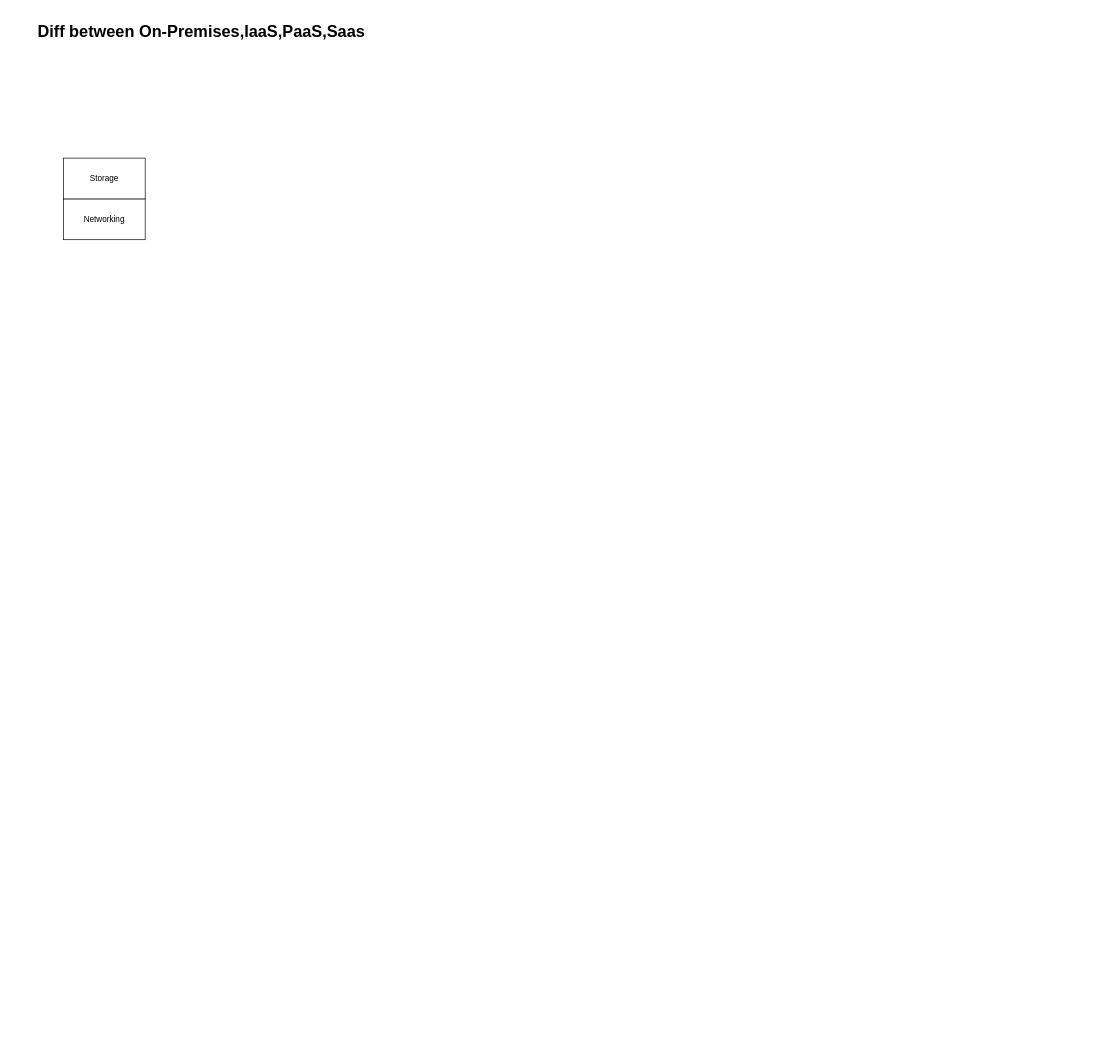
Before: 系统架构(全能力版).drawio in joestarhu/drowio, a draw.io diagram. Source tidied: cells renumbered, new cells numbered last; positions are measured from the earlier drawing's top-left corner, leaving out a move shared by most shapes. Both pictures are drawn from the tidied source at 68%, with x=0, y=0 at pixel (34, 18).
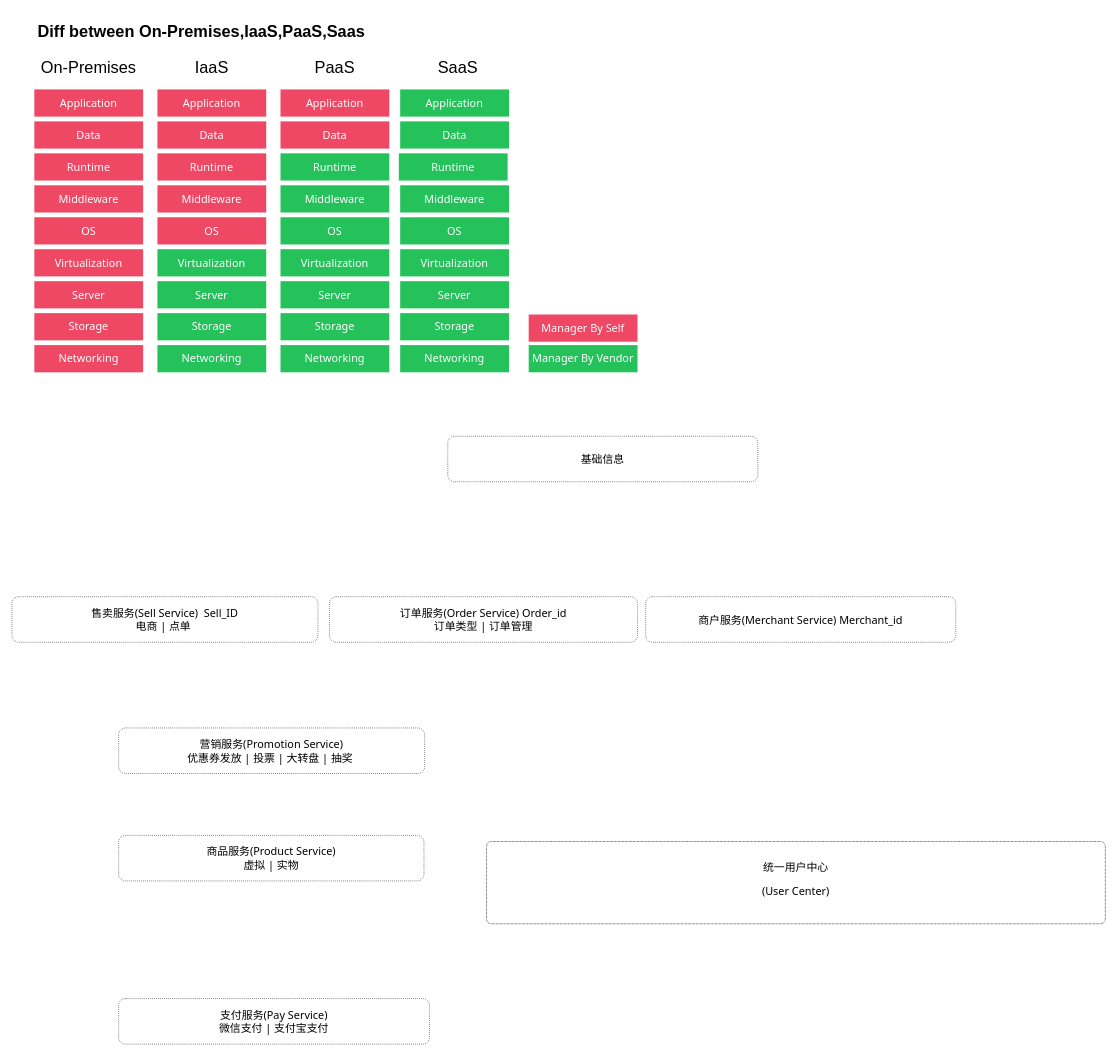
Above is the later version.

Commit message (it also covers changes not shown here):
更新系统架构(全能力版).drawio

Change to the diagram source:
```diff
@@
-    <mxCell id="2" value="&lt;h1&gt;Diff between On-Premises,IaaS,PaaS,Saas&lt;/h1&gt;" style="text;html=1;strokeColor=none;fillColor=none;spacing=5;spacingTop=-20;whiteSpace=wrap;overflow=hidden;rounded=0;" parent="1" vertex="1">
-      <mxGeometry width="767" height="45" as="geometry" />
+    <mxCell id="2" value="&lt;h1 style=&quot;font-size: 24px;&quot;&gt;Diff between On-Premises,IaaS,PaaS,Saas&lt;/h1&gt;" style="text;html=1;strokeColor=none;fillColor=none;spacing=5;spacingTop=-20;whiteSpace=wrap;overflow=hidden;rounded=0;fontSize=24;" parent="1" vertex="1">
+      <mxGeometry width="698" height="45" as="geometry" />
     </mxCell>
-    <mxCell id="3" value="Networking" style="rounded=0;whiteSpace=wrap;html=1;fontFamily=Futura;" parent="1" vertex="1">
-      <mxGeometry x="43" y="265" width="120" height="60" as="geometry" />
-    </mxCell>
-    <mxCell id="4" value="Storage" style="rounded=0;whiteSpace=wrap;html=1;fontFamily=Futura;" parent="1" vertex="1">
-      <mxGeometry x="43" y="205" width="120" height="60" as="geometry" />
-    </mxCell>
+    <mxCell id="5" value="Manager By Self" style="rounded=0;whiteSpace=wrap;html=1;fontFamily=Tahoma;fontSize=16;fillColor=#ef4864;fontColor=#FFF;strokeColor=none;" parent="1" vertex="1">
+      <mxGeometry x="727" y="435" width="160" height="40" as="geometry" />
+    </mxCell>
+    <mxCell id="6" value="Manager By Vendor" style="rounded=0;whiteSpace=wrap;html=1;fontFamily=Tahoma;fontSize=16;fontColor=#FFF;fillColor=#25c25b;strokeColor=none;" parent="1" vertex="1">
+      <mxGeometry x="727" y="480" width="160" height="40" as="geometry" />
+    </mxCell>
+    <mxCell id="7" value="Networking" style="rounded=0;whiteSpace=wrap;html=1;fontFamily=Tahoma;fontSize=16;fillColor=#ef4864;fontColor=#FFF;strokeColor=none;" parent="1" vertex="1">
+      <mxGeometry y="480" width="160" height="40" as="geometry" />
+    </mxCell>
+    <mxCell id="8" value="Storage" style="rounded=0;whiteSpace=wrap;html=1;fontFamily=Tahoma;fontSize=16;fillColor=#ef4864;fontColor=#FFF;strokeColor=none;" parent="1" vertex="1">
+      <mxGeometry y="433" width="160" height="40" as="geometry" />
+    </mxCell>
+    <mxCell id="9" value="Server" style="rounded=0;whiteSpace=wrap;html=1;fontFamily=Tahoma;fontSize=16;fillColor=#ef4864;fontColor=#FFF;strokeColor=none;" parent="1" vertex="1">
+      <mxGeometry y="386" width="160" height="40" as="geometry" />
+    </mxCell>
+    <mxCell id="10" value="OS" style="rounded=0;whiteSpace=wrap;html=1;fontFamily=Tahoma;fontSize=16;fillColor=#ef4864;fontColor=#FFF;strokeColor=none;" parent="1" vertex="1">
+      <mxGeometry y="292" width="160" height="40" as="geometry" />
+    </mxCell>
+    <mxCell id="11" value="Middleware" style="rounded=0;whiteSpace=wrap;html=1;fontFamily=Tahoma;fontSize=16;fillColor=#ef4864;fontColor=#FFF;strokeColor=none;" parent="1" vertex="1">
+      <mxGeometry y="245" width="160" height="40" as="geometry" />
+    </mxCell>
+    <mxCell id="12" value="Runtime" style="rounded=0;whiteSpace=wrap;html=1;fontFamily=Tahoma;fontSize=16;fillColor=#ef4864;fontColor=#FFF;strokeColor=none;" parent="1" vertex="1">
+      <mxGeometry y="198" width="160" height="40" as="geometry" />
+    </mxCell>
+    <mxCell id="13" value="Data" style="rounded=0;whiteSpace=wrap;html=1;fontFamily=Tahoma;fontSize=16;fillColor=#ef4864;fontColor=#FFF;strokeColor=none;" parent="1" vertex="1">
+      <mxGeometry y="151" width="160" height="40" as="geometry" />
+    </mxCell>
+    <mxCell id="14" value="Application" style="rounded=0;whiteSpace=wrap;html=1;fontFamily=Tahoma;fontSize=16;fillColor=#ef4864;fontColor=#FFF;strokeColor=none;" parent="1" vertex="1">
+      <mxGeometry y="104" width="160" height="40" as="geometry" />
+    </mxCell>
+    <mxCell id="15" value="&lt;h1 style=&quot;font-size: 24px;&quot;&gt;&lt;span style=&quot;background-color: initial; font-weight: normal;&quot;&gt;On-Premises&lt;/span&gt;&lt;br&gt;&lt;/h1&gt;" style="text;html=1;strokeColor=none;fillColor=none;spacing=5;spacingTop=-20;whiteSpace=wrap;overflow=hidden;rounded=0;fontSize=24;align=center;verticalAlign=middle;" parent="1" vertex="1">
+      <mxGeometry y="57" width="160" height="40" as="geometry" />
+    </mxCell>
+    <mxCell id="16" value="&lt;h1 style=&quot;font-size: 24px;&quot;&gt;&lt;span style=&quot;font-weight: 400;&quot;&gt;IaaS&lt;/span&gt;&lt;/h1&gt;" style="text;html=1;strokeColor=none;fillColor=none;spacing=5;spacingTop=-20;whiteSpace=wrap;overflow=hidden;rounded=0;fontSize=24;align=center;verticalAlign=middle;" parent="1" vertex="1">
+      <mxGeometry x="181" y="57" width="160" height="40" as="geometry" />
+    </mxCell>
+    <mxCell id="17" value="OS" style="rounded=0;whiteSpace=wrap;html=1;fontFamily=Tahoma;fontSize=16;fillColor=#ef4864;fontColor=#FFF;strokeColor=none;" parent="1" vertex="1">
+      <mxGeometry x="181" y="292" width="160" height="40" as="geometry" />
+    </mxCell>
+    <mxCell id="18" value="Networking" style="rounded=0;whiteSpace=wrap;html=1;fontFamily=Tahoma;fontSize=16;fontColor=#FFF;fillColor=#25c25b;strokeColor=none;" parent="1" vertex="1">
+      <mxGeometry x="181" y="480" width="160" height="40" as="geometry" />
+    </mxCell>
+    <mxCell id="19" value="Virtualization" style="rounded=0;whiteSpace=wrap;html=1;fontFamily=Tahoma;fontSize=16;fillColor=#ef4864;fontColor=#FFF;strokeColor=none;" parent="1" vertex="1">
+      <mxGeometry y="339" width="160" height="40" as="geometry" />
+    </mxCell>
+    <mxCell id="20" value="Storage" style="rounded=0;whiteSpace=wrap;html=1;fontFamily=Tahoma;fontSize=16;fontColor=#FFF;fillColor=#25c25b;strokeColor=none;" parent="1" vertex="1">
+      <mxGeometry x="181" y="433" width="160" height="40" as="geometry" />
+    </mxCell>
+    <mxCell id="21" value="Server" style="rounded=0;whiteSpace=wrap;html=1;fontFamily=Tahoma;fontSize=16;fontColor=#FFF;fillColor=#25c25b;strokeColor=none;" parent="1" vertex="1">
+      <mxGeometry x="181" y="386" width="160" height="40" as="geometry" />
+    </mxCell>
+    <mxCell id="22" value="Virtualization" style="rounded=0;whiteSpace=wrap;html=1;fontFamily=Tahoma;fontSize=16;fontColor=#FFF;fillColor=#25c25b;strokeColor=none;" parent="1" vertex="1">
+      <mxGeometry x="181" y="339" width="160" height="40" as="geometry" />
+    </mxCell>
+    <mxCell id="23" value="Middleware" style="rounded=0;whiteSpace=wrap;html=1;fontFamily=Tahoma;fontSize=16;fillColor=#ef4864;fontColor=#FFF;strokeColor=none;" parent="1" vertex="1">
+      <mxGeometry x="181" y="245" width="160" height="40" as="geometry" />
+    </mxCell>
+    <mxCell id="24" value="Runtime" style="rounded=0;whiteSpace=wrap;html=1;fontFamily=Tahoma;fontSize=16;fillColor=#ef4864;fontColor=#FFF;strokeColor=none;" parent="1" vertex="1">
+      <mxGeometry x="181" y="198" width="160" height="40" as="geometry" />
+    </mxCell>
+    <mxCell id="25" value="Data" style="rounded=0;whiteSpace=wrap;html=1;fontFamily=Tahoma;fontSize=16;fillColor=#ef4864;fontColor=#FFF;strokeColor=none;" parent="1" vertex="1">
+      <mxGeometry x="181" y="151" width="160" height="40" as="geometry" />
+    </mxCell>
+    <mxCell id="26" value="Application" style="rounded=0;whiteSpace=wrap;html=1;fontFamily=Tahoma;fontSize=16;fillColor=#ef4864;fontColor=#FFF;strokeColor=none;" parent="1" vertex="1">
+      <mxGeometry x="181" y="104" width="160" height="40" as="geometry" />
+    </mxCell>
+    <mxCell id="27" value="&lt;h1 style=&quot;font-size: 24px;&quot;&gt;&lt;span style=&quot;font-weight: 400;&quot;&gt;PaaS&lt;/span&gt;&lt;/h1&gt;" style="text;html=1;strokeColor=none;fillColor=none;spacing=5;spacingTop=-20;whiteSpace=wrap;overflow=hidden;rounded=0;fontSize=24;align=center;verticalAlign=middle;" parent="1" vertex="1">
+      <mxGeometry x="362" y="57" width="160" height="40" as="geometry" />
+    </mxCell>
+    <mxCell id="28" value="Networking" style="rounded=0;whiteSpace=wrap;html=1;fontFamily=Tahoma;fontSize=16;fontColor=#FFF;fillColor=#25c25b;strokeColor=none;" parent="1" vertex="1">
+      <mxGeometry x="362" y="480" width="160" height="40" as="geometry" />
+    </mxCell>
+    <mxCell id="29" value="Storage" style="rounded=0;whiteSpace=wrap;html=1;fontFamily=Tahoma;fontSize=16;fontColor=#FFF;fillColor=#25c25b;strokeColor=none;" parent="1" vertex="1">
+      <mxGeometry x="362" y="433" width="160" height="40" as="geometry" />
+    </mxCell>
+    <mxCell id="30" value="Server" style="rounded=0;whiteSpace=wrap;html=1;fontFamily=Tahoma;fontSize=16;fontColor=#FFF;fillColor=#25c25b;strokeColor=none;" parent="1" vertex="1">
+      <mxGeometry x="362" y="386" width="160" height="40" as="geometry" />
+    </mxCell>
+    <mxCell id="31" value="Virtualization" style="rounded=0;whiteSpace=wrap;html=1;fontFamily=Tahoma;fontSize=16;fontColor=#FFF;fillColor=#25c25b;strokeColor=none;" parent="1" vertex="1">
+      <mxGeometry x="362" y="339" width="160" height="40" as="geometry" />
+    </mxCell>
+    <mxCell id="32" value="OS" style="rounded=0;whiteSpace=wrap;html=1;fontFamily=Tahoma;fontSize=16;fontColor=#FFF;fillColor=#25c25b;strokeColor=none;" parent="1" vertex="1">
+      <mxGeometry x="362" y="292" width="160" height="40" as="geometry" />
+    </mxCell>
+    <mxCell id="33" value="Middleware" style="rounded=0;whiteSpace=wrap;html=1;fontFamily=Tahoma;fontSize=16;fontColor=#FFF;fillColor=#25c25b;strokeColor=none;" parent="1" vertex="1">
+      <mxGeometry x="362" y="245" width="160" height="40" as="geometry" />
+    </mxCell>
+    <mxCell id="34" value="Runtime" style="rounded=0;whiteSpace=wrap;html=1;fontFamily=Tahoma;fontSize=16;fontColor=#FFF;fillColor=#25c25b;strokeColor=none;" parent="1" vertex="1">
+      <mxGeometry x="362" y="198" width="160" height="40" as="geometry" />
+    </mxCell>
+    <mxCell id="35" value="Data" style="rounded=0;whiteSpace=wrap;html=1;fontFamily=Tahoma;fontSize=16;fillColor=#ef4864;fontColor=#FFF;strokeColor=none;" parent="1" vertex="1">
+      <mxGeometry x="362" y="151" width="160" height="40" as="geometry" />
+    </mxCell>
+    <mxCell id="36" value="Application" style="rounded=0;whiteSpace=wrap;html=1;fontFamily=Tahoma;fontSize=16;fillColor=#ef4864;fontColor=#FFF;strokeColor=none;" parent="1" vertex="1">
+      <mxGeometry x="362" y="104" width="160" height="40" as="geometry" />
+    </mxCell>
+    <mxCell id="37" value="&lt;h1 style=&quot;font-size: 24px;&quot;&gt;&lt;span style=&quot;font-weight: 400;&quot;&gt;SaaS&lt;/span&gt;&lt;/h1&gt;" style="text;html=1;strokeColor=none;fillColor=none;spacing=5;spacingTop=-20;whiteSpace=wrap;overflow=hidden;rounded=0;fontSize=24;align=center;verticalAlign=middle;" parent="1" vertex="1">
+      <mxGeometry x="543" y="57" width="160" height="40" as="geometry" />
+    </mxCell>
+    <mxCell id="38" value="Networking" style="rounded=0;whiteSpace=wrap;html=1;fontFamily=Tahoma;fontSize=16;fontColor=#FFF;fillColor=#25c25b;strokeColor=none;" parent="1" vertex="1">
+      <mxGeometry x="538" y="480" width="160" height="40" as="geometry" />
+    </mxCell>
+    <mxCell id="39" value="Storage" style="rounded=0;whiteSpace=wrap;html=1;fontFamily=Tahoma;fontSize=16;fontColor=#FFF;fillColor=#25c25b;strokeColor=none;" parent="1" vertex="1">
+      <mxGeometry x="538" y="433" width="160" height="40" as="geometry" />
+    </mxCell>
+    <mxCell id="40" value="Server" style="rounded=0;whiteSpace=wrap;html=1;fontFamily=Tahoma;fontSize=16;fontColor=#FFF;fillColor=#25c25b;strokeColor=none;" parent="1" vertex="1">
+      <mxGeometry x="538" y="386" width="160" height="40" as="geometry" />
+    </mxCell>
+    <mxCell id="41" value="Virtualization" style="rounded=0;whiteSpace=wrap;html=1;fontFamily=Tahoma;fontSize=16;fontColor=#FFF;fillColor=#25c25b;strokeColor=none;" parent="1" vertex="1">
+      <mxGeometry x="538" y="339" width="160" height="40" as="geometry" />
+    </mxCell>
+    <mxCell id="42" value="OS" style="rounded=0;whiteSpace=wrap;html=1;fontFamily=Tahoma;fontSize=16;fontColor=#FFF;fillColor=#25c25b;strokeColor=none;" parent="1" vertex="1">
+      <mxGeometry x="538" y="292" width="160" height="40" as="geometry" />
+    </mxCell>
+    <mxCell id="43" value="Middleware" style="rounded=0;whiteSpace=wrap;html=1;fontFamily=Tahoma;fontSize=16;fontColor=#FFF;fillColor=#25c25b;strokeColor=none;" parent="1" vertex="1">
+      <mxGeometry x="538" y="245" width="160" height="40" as="geometry" />
+    </mxCell>
+    <mxCell id="44" value="Runtime" style="rounded=0;whiteSpace=wrap;html=1;fontFamily=Tahoma;fontSize=16;fontColor=#FFF;fillColor=#25c25b;strokeColor=none;" parent="1" vertex="1">
+      <mxGeometry x="536" y="198" width="160" height="40" as="geometry" />
+    </mxCell>
+    <mxCell id="45" value="Data" style="rounded=0;whiteSpace=wrap;html=1;fontFamily=Tahoma;fontSize=16;fontColor=#FFF;fillColor=#25c25b;strokeColor=none;" parent="1" vertex="1">
+      <mxGeometry x="538" y="151" width="160" height="40" as="geometry" />
+    </mxCell>
+    <mxCell id="46" value="Application" style="rounded=0;whiteSpace=wrap;html=1;fontFamily=Tahoma;fontSize=16;fontColor=#FFF;fillColor=#25c25b;strokeColor=none;" parent="1" vertex="1">
+      <mxGeometry x="538" y="104" width="160" height="40" as="geometry" />
+    </mxCell>
+    <mxCell id="47" value="&lt;p style=&quot;font-size: 16px;&quot;&gt;统一用户中心&lt;/p&gt;&lt;p style=&quot;font-size: 16px;&quot;&gt;(User Center)&lt;/p&gt;" style="rounded=1;whiteSpace=wrap;html=1;fontFamily=Tahoma;arcSize=6;fontSize=16;verticalAlign=top;align=center;spacing=8;dashed=1;dashPattern=1 1;" parent="1" vertex="1">
+      <mxGeometry x="665" y="1210" width="910" height="121" as="geometry" />
+    </mxCell>
+    <mxCell id="48" value="订单服务(Order Service) Order_id&lt;br&gt;订单类型 | 订单管理" style="rounded=1;whiteSpace=wrap;html=1;fontFamily=Tahoma;verticalAlign=middle;align=center;spacing=8;fontSize=16;strokeColor=default;dashed=1;dashPattern=1 2;" parent="1" vertex="1">
+      <mxGeometry x="434" y="850" width="453" height="67" as="geometry" />
+    </mxCell>
+    <mxCell id="49" value="商户服务(Merchant Service) Merchant_id" style="rounded=1;whiteSpace=wrap;html=1;fontFamily=Tahoma;verticalAlign=middle;align=center;spacing=8;fontSize=16;strokeColor=default;dashed=1;dashPattern=1 2;" parent="1" vertex="1">
+      <mxGeometry x="899" y="850" width="456" height="67" as="geometry" />
+    </mxCell>
+    <mxCell id="50" value="商品服务(Product Service)&lt;br&gt;虚拟 | 实物" style="rounded=1;whiteSpace=wrap;html=1;fontFamily=Tahoma;verticalAlign=middle;align=center;spacing=8;fontSize=16;strokeColor=default;dashed=1;dashPattern=1 2;" parent="1" vertex="1">
+      <mxGeometry x="124" y="1201" width="449" height="67" as="geometry" />
+    </mxCell>
+    <mxCell id="51" value="售卖服务(Sell Service)&amp;nbsp; Sell_ID&lt;br&gt;电商 | 点单&amp;nbsp;" style="rounded=1;whiteSpace=wrap;html=1;fontFamily=Tahoma;verticalAlign=middle;align=center;spacing=8;fontSize=16;strokeColor=default;dashed=1;dashPattern=1 2;" parent="1" vertex="1">
+      <mxGeometry x="-33" y="850" width="450" height="67" as="geometry" />
+    </mxCell>
+    <mxCell id="52" value="支付服务(Pay Service)&lt;br&gt;微信支付 | 支付宝支付" style="rounded=1;whiteSpace=wrap;html=1;fontFamily=Tahoma;verticalAlign=middle;align=center;spacing=8;fontSize=16;strokeColor=default;dashed=1;dashPattern=1 2;" parent="1" vertex="1">
+      <mxGeometry x="124" y="1441" width="457" height="67" as="geometry" />
+    </mxCell>
+    <mxCell id="53" value="营销服务(Promotion Service)&lt;br&gt;优惠券发放 | 投票 | 大转盘 | 抽奖&amp;nbsp;" style="rounded=1;whiteSpace=wrap;html=1;fontFamily=Tahoma;verticalAlign=middle;align=center;spacing=8;fontSize=16;strokeColor=default;dashed=1;dashPattern=1 2;" parent="1" vertex="1">
+      <mxGeometry x="124" y="1043" width="450" height="67" as="geometry" />
+    </mxCell>
+    <mxCell id="54" value="基础信息" style="rounded=1;whiteSpace=wrap;html=1;fontFamily=Tahoma;verticalAlign=middle;align=center;spacing=8;fontSize=16;strokeColor=default;dashed=1;dashPattern=1 2;" parent="1" vertex="1">
+      <mxGeometry x="608" y="614" width="456" height="67" as="geometry" />
+    </mxCell>
```
